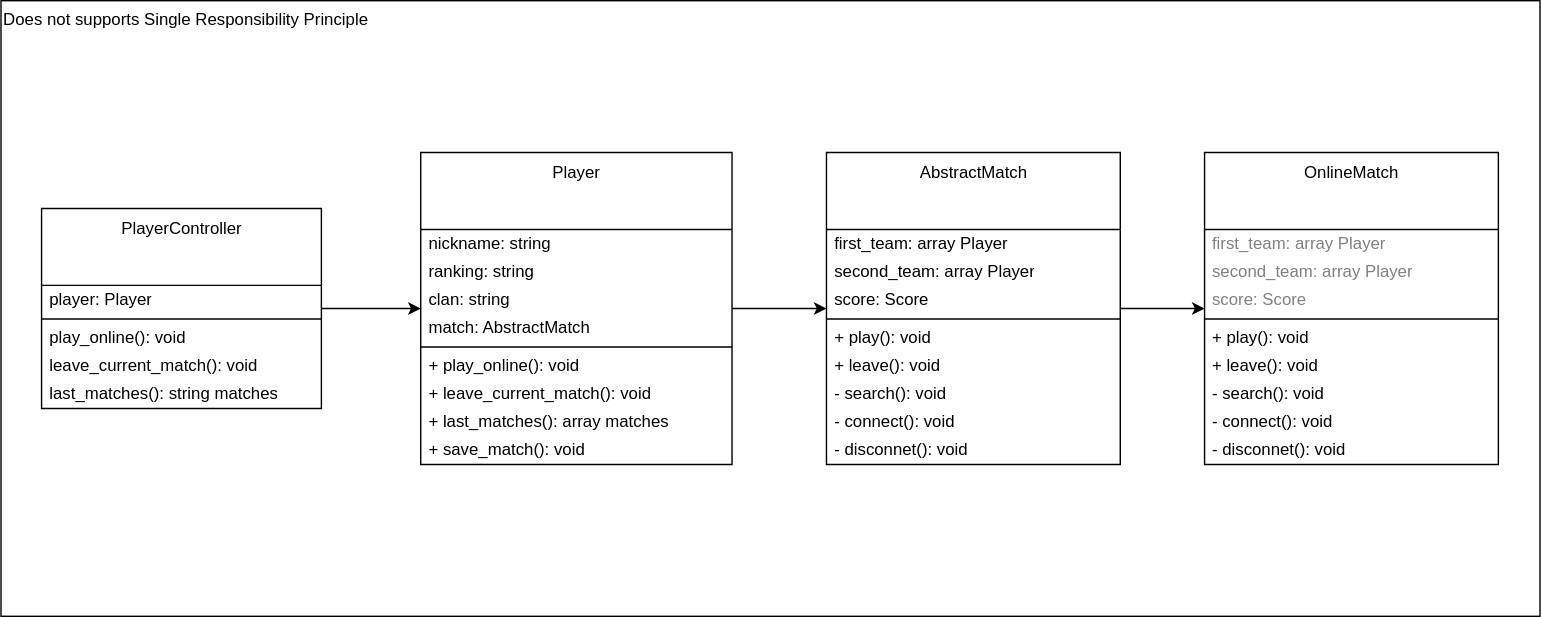
The draw.io diagram images/clean-code-clean-classes/SRP-BROKEN.svg in GabrielSlima/blog, before a commit. Source tidied: cells renumbered, new cells last; positions are measured from the earlier drawing's top-left corner, leaving out a move shared by most shapes.
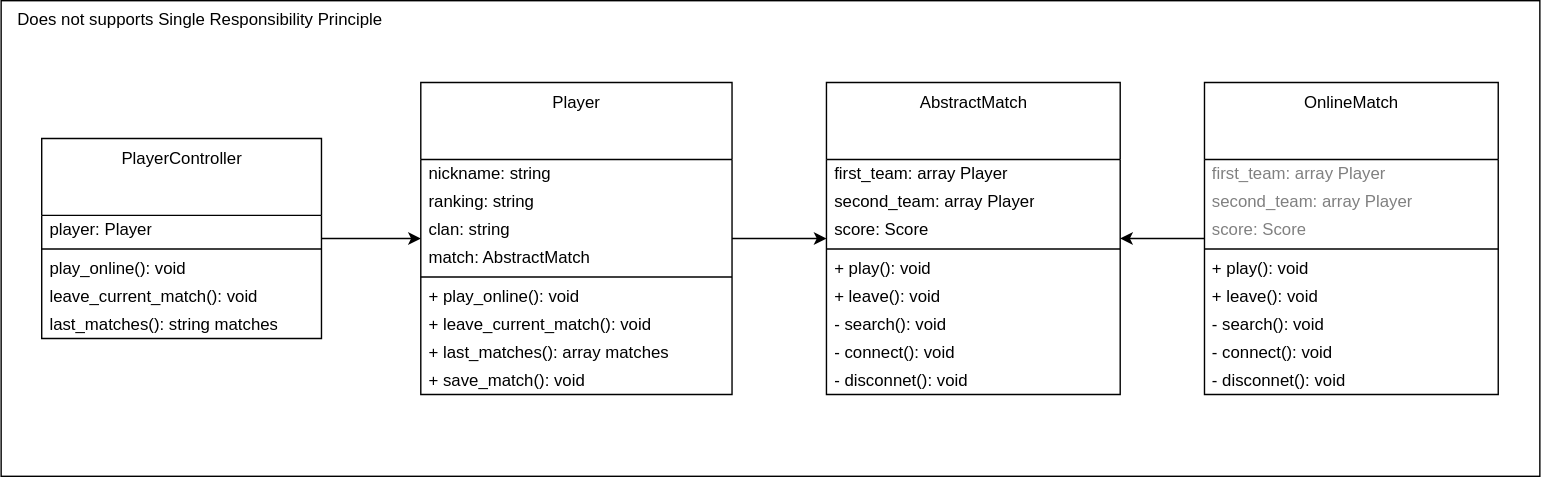
After the change.

Diff of the diagram source:
```diff
@@ -2,8 +2,8 @@
   <root>
     <mxCell id="0" />
     <mxCell id="1" parent="0" />
-    <mxCell id="2" value="Does not supports Single Responsibility Principle" style="rounded=0;whiteSpace=wrap;html=1;fillColor=none;align=left;verticalAlign=top;" parent="1" vertex="1">
-      <mxGeometry width="1100" height="440" as="geometry" />
+    <mxCell id="2" value="Does not supports Single Responsibility Principle" style="rounded=0;whiteSpace=wrap;html=1;fillColor=none;align=left;verticalAlign=top;spacingLeft=10;" parent="1" vertex="1">
+      <mxGeometry y="50" width="1100" height="340" as="geometry" />
     </mxCell>
     <mxCell id="3" style="edgeStyle=orthogonalEdgeStyle;rounded=0;jettySize=auto;html=1;fontColor=#808080;" parent="1" edge="1" source="4" target="11">
       <mxGeometry relative="1" as="geometry" />
@@ -59,6 +59,9 @@
     <mxCell id="20" value="+ save_match(): void" style="text;html=1;strokeColor=none;fillColor=none;align=left;verticalAlign=middle;spacingLeft=4;spacingRight=4;overflow=hidden;" parent="11" vertex="1">
       <mxGeometry y="203" width="222.5" height="20" as="geometry" />
     </mxCell>
+    <mxCell id="42" style="edgeStyle=orthogonalEdgeStyle;rounded=0;jettySize=auto;html=1;" parent="1" edge="1" source="21" target="32">
+      <mxGeometry relative="1" as="geometry" />
+    </mxCell>
     <mxCell id="21" value="OnlineMatch" style="swimlane;fontStyle=0;align=center;verticalAlign=top;horizontal=1;startSize=55;html=1;fillColor=none;" parent="1" vertex="1">
       <mxGeometry x="860.2" y="108.5" width="210" height="223" as="geometry" />
     </mxCell>
@@ -89,9 +92,6 @@
     <mxCell id="30" value="- disconnet(): void" style="text;html=1;strokeColor=none;fillColor=none;align=left;verticalAlign=middle;spacingLeft=4;spacingRight=4;overflow=hidden;" parent="21" vertex="1">
       <mxGeometry y="203" width="210" height="20" as="geometry" />
     </mxCell>
-    <mxCell id="31" style="edgeStyle=orthogonalEdgeStyle;rounded=0;jettySize=auto;html=1;" parent="1" edge="1" source="32" target="21">
-      <mxGeometry relative="1" as="geometry" />
-    </mxCell>
     <mxCell id="32" value="AbstractMatch" style="swimlane;fontStyle=0;align=center;verticalAlign=top;horizontal=1;startSize=55;html=1;fillColor=none;" parent="1" vertex="1">
       <mxGeometry x="590" y="108.5" width="210" height="223" as="geometry" />
     </mxCell>
```
